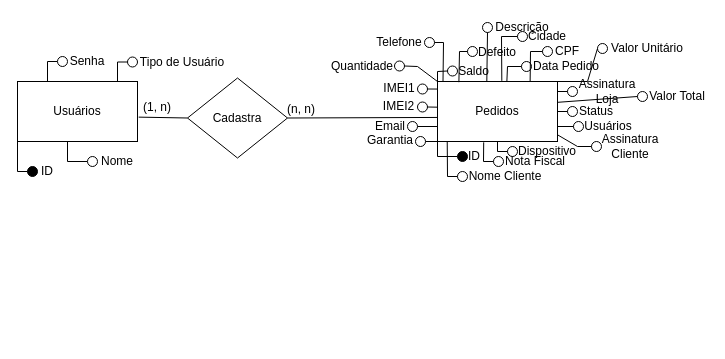
Above: Modelo_Conceitual.drawio in ArcanjoDaGuarda/AnjoProjetos (draw.io), before the change. Source tidied: cells renumbered, new cells numbered last; positions are measured from the earlier drawing's top-left corner, leaving out a move shared by most shapes. Both pictures are drawn from the tidied source at 100%, with x=0, y=0 at pixel (17, 17).
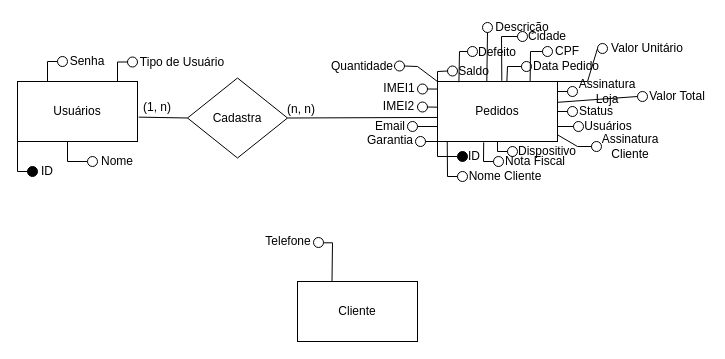
The same diagram, later.

Change to the diagram source:
```diff
@@
     <mxCell id="20" style="ellipse;whiteSpace=wrap;html=1;" parent="1" vertex="1">
-      <mxGeometry x="407" y="20" width="10" height="10" as="geometry" />
+      <mxGeometry x="296" y="220" width="10" height="10" as="geometry" />
     </mxCell>
     <mxCell id="21" value="Telefone" style="text;html=1;strokeColor=none;fillColor=none;align=center;verticalAlign=middle;whiteSpace=wrap;rounded=0;" parent="1" vertex="1">
-      <mxGeometry x="357" y="15" width="50" height="20" as="geometry" />
+      <mxGeometry x="246" y="214" width="50" height="20" as="geometry" />
     </mxCell>
@@
-    <mxCell id="73" style="endArrow=none;html=1;rounded=0;exitX=1;exitY=0.5;exitDx=0;exitDy=0;entryX=0.046;entryY=-0.021;entryDx=0;entryDy=0;entryPerimeter=0;" parent="1" edge="1" source="20">
+    <mxCell id="73" style="endArrow=none;html=1;rounded=0;exitX=1;exitY=0.5;exitDx=0;exitDy=0;entryX=0.046;entryY=-0.021;entryDx=0;entryDy=0;entryPerimeter=0;" parent="1" edge="1">
       <mxGeometry relative="1" as="geometry">
-        <mxPoint x="425.5" y="63.7" as="targetPoint" />
+        <mxPoint x="306" y="225.3" as="sourcePoint" />
+        <mxPoint x="314.5" y="264" as="targetPoint" />
         <Array as="points">
-          <mxPoint x="426" y="25" />
+          <mxPoint x="315" y="225.3" />
         </Array>
       </mxGeometry>
     </mxCell>
@@
+    <mxCell id="87" value="Cliente" style="rounded=0;whiteSpace=wrap;html=1;" parent="1" vertex="1">
+      <mxGeometry x="280" y="264" width="120" height="60" as="geometry" />
+    </mxCell>
```
